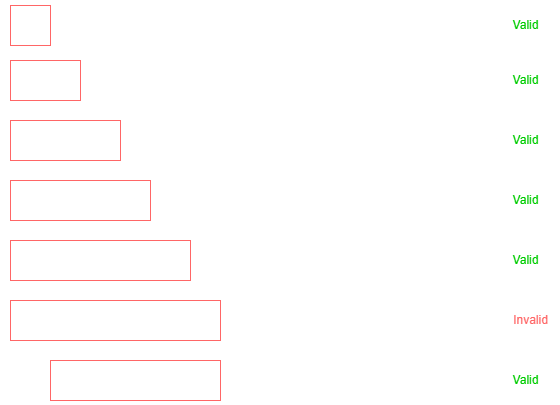
This is Neetcode150/img/LongestRepeatingCharacters.png from ashiven/leetcode-solutions, a draw.io export, as it was before one commit. Source tidied: cells renumbered, new cells last; positions are measured from the earlier drawing's top-left corner, leaving out a move shared by most shapes.
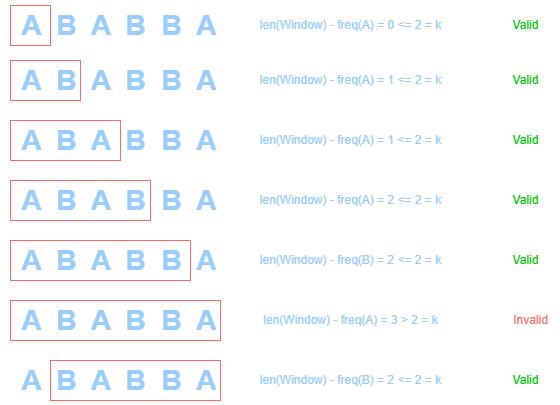
After the change.

What changed in the source:
```diff
@@ -2,16 +2,16 @@
   <root>
     <mxCell id="0" />
     <mxCell id="1" parent="0" />
-    <mxCell id="2" value="&lt;b&gt;&lt;font style=&quot;font-size: 28px;&quot;&gt;&amp;nbsp;A&amp;nbsp; B&amp;nbsp; A&amp;nbsp; B&amp;nbsp; B&amp;nbsp; A&lt;/font&gt;&lt;/b&gt;" style="text;html=1;align=center;verticalAlign=middle;strokeColor=none;fillColor=none;fontColor=#FFFFFF;" parent="1" vertex="1">
+    <mxCell id="2" value="&lt;b&gt;&lt;font style=&quot;font-size: 28px;&quot;&gt;&amp;nbsp;A&amp;nbsp; B&amp;nbsp; A&amp;nbsp; B&amp;nbsp; B&amp;nbsp; A&lt;/font&gt;&lt;/b&gt;" style="text;html=1;align=center;verticalAlign=middle;strokeColor=none;fillColor=none;fontColor=#99CCFF;" parent="1" vertex="1">
       <mxGeometry width="230" height="50" as="geometry" />
     </mxCell>
-    <mxCell id="3" style="whiteSpace=wrap;html=1;fillColor=none;strokeColor=#FF6666;fontColor=#FFFFFF;" parent="1" vertex="1">
+    <mxCell id="3" style="whiteSpace=wrap;html=1;fillColor=none;strokeColor=#FF6666;fontColor=#99CCFF;" parent="1" vertex="1">
       <mxGeometry x="10" y="5" width="40" height="40" as="geometry" />
     </mxCell>
-    <mxCell id="4" value="&lt;font&gt;len(Window) - freq(A) = 0 &amp;lt;= 2 = k&lt;/font&gt;" style="text;html=1;align=center;verticalAlign=middle;strokeColor=none;fillColor=none;fontColor=#FFFFFF;" parent="1" vertex="1">
+    <mxCell id="4" value="&lt;font&gt;len(Window) - freq(A) = 0 &amp;lt;= 2 = k&lt;/font&gt;" style="text;html=1;align=center;verticalAlign=middle;strokeColor=none;fillColor=none;fontColor=#99CCFF;" parent="1" vertex="1">
       <mxGeometry x="250" y="10" width="200" height="30" as="geometry" />
     </mxCell>
-    <mxCell id="5" style="endArrow=classic;html=1;rounded=0;strokeColor=#FFFFFF;fontColor=#FFFFFF;" parent="1" edge="1">
+    <mxCell id="5" style="endArrow=classic;html=1;rounded=0;strokeColor=#FFFFFF;fontColor=#99CCFF;" parent="1" edge="1">
       <mxGeometry relative="1" as="geometry">
         <mxPoint x="470" y="24.7" as="sourcePoint" />
         <mxPoint x="500" y="24.7" as="targetPoint" />
@@ -20,16 +20,16 @@
     <mxCell id="6" value="&lt;font color=&quot;#00cc00&quot;&gt;Valid&lt;/font&gt;" style="text;html=1;align=center;verticalAlign=middle;strokeColor=none;fillColor=none;" parent="1" vertex="1">
       <mxGeometry x="500" y="10" width="50" height="30" as="geometry" />
     </mxCell>
-    <mxCell id="7" value="&lt;b&gt;&lt;font style=&quot;font-size: 28px;&quot;&gt;&amp;nbsp;A&amp;nbsp; B&amp;nbsp; A&amp;nbsp; B&amp;nbsp; B&amp;nbsp; A&lt;/font&gt;&lt;/b&gt;" style="text;html=1;align=center;verticalAlign=middle;strokeColor=none;fillColor=none;fontColor=#FFFFFF;" parent="1" vertex="1">
+    <mxCell id="7" value="&lt;b&gt;&lt;font style=&quot;font-size: 28px;&quot;&gt;&amp;nbsp;A&amp;nbsp; B&amp;nbsp; A&amp;nbsp; B&amp;nbsp; B&amp;nbsp; A&lt;/font&gt;&lt;/b&gt;" style="text;html=1;align=center;verticalAlign=middle;strokeColor=none;fillColor=none;fontColor=#99CCFF;" parent="1" vertex="1">
       <mxGeometry y="55" width="230" height="50" as="geometry" />
     </mxCell>
-    <mxCell id="8" style="rounded=0;whiteSpace=wrap;html=1;fillColor=none;strokeColor=#FF6666;fontColor=#FFFFFF;" parent="1" vertex="1">
+    <mxCell id="8" style="rounded=0;whiteSpace=wrap;html=1;fillColor=none;strokeColor=#FF6666;fontColor=#99CCFF;" parent="1" vertex="1">
       <mxGeometry x="10" y="60" width="70" height="40" as="geometry" />
     </mxCell>
-    <mxCell id="9" value="&lt;font&gt;len(Window) - freq(A) = 1 &amp;lt;= 2 = k&lt;/font&gt;" style="text;html=1;align=center;verticalAlign=middle;strokeColor=none;fillColor=none;fontColor=#FFFFFF;" parent="1" vertex="1">
+    <mxCell id="9" value="&lt;font&gt;len(Window) - freq(A) = 1 &amp;lt;= 2 = k&lt;/font&gt;" style="text;html=1;align=center;verticalAlign=middle;strokeColor=none;fillColor=none;fontColor=#99CCFF;" parent="1" vertex="1">
       <mxGeometry x="250" y="65" width="200" height="30" as="geometry" />
     </mxCell>
-    <mxCell id="10" style="endArrow=classic;html=1;rounded=0;strokeColor=#FFFFFF;fontColor=#FFFFFF;" parent="1" edge="1">
+    <mxCell id="10" style="endArrow=classic;html=1;rounded=0;strokeColor=#FFFFFF;fontColor=#99CCFF;" parent="1" edge="1">
       <mxGeometry relative="1" as="geometry">
         <mxPoint x="470" y="79.7" as="sourcePoint" />
         <mxPoint x="500" y="79.7" as="targetPoint" />
@@ -38,16 +38,16 @@
     <mxCell id="11" value="&lt;font color=&quot;#00cc00&quot;&gt;Valid&lt;/font&gt;" style="text;html=1;align=center;verticalAlign=middle;strokeColor=none;fillColor=none;" parent="1" vertex="1">
       <mxGeometry x="500" y="65" width="50" height="30" as="geometry" />
     </mxCell>
-    <mxCell id="12" value="&lt;b&gt;&lt;font style=&quot;font-size: 28px;&quot;&gt;&amp;nbsp;A&amp;nbsp; B&amp;nbsp; A&amp;nbsp; B&amp;nbsp; B&amp;nbsp; A&lt;/font&gt;&lt;/b&gt;" style="text;html=1;align=center;verticalAlign=middle;strokeColor=none;fillColor=none;fontColor=#FFFFFF;" parent="1" vertex="1">
+    <mxCell id="12" value="&lt;b&gt;&lt;font style=&quot;font-size: 28px;&quot;&gt;&amp;nbsp;A&amp;nbsp; B&amp;nbsp; A&amp;nbsp; B&amp;nbsp; B&amp;nbsp; A&lt;/font&gt;&lt;/b&gt;" style="text;html=1;align=center;verticalAlign=middle;strokeColor=none;fillColor=none;fontColor=#99CCFF;" parent="1" vertex="1">
       <mxGeometry y="115" width="230" height="50" as="geometry" />
     </mxCell>
-    <mxCell id="13" style="rounded=0;whiteSpace=wrap;html=1;fillColor=none;strokeColor=#FF6666;fontColor=#FFFFFF;" parent="1" vertex="1">
+    <mxCell id="13" style="rounded=0;whiteSpace=wrap;html=1;fillColor=none;strokeColor=#FF6666;fontColor=#99CCFF;" parent="1" vertex="1">
       <mxGeometry x="10" y="120" width="110" height="40" as="geometry" />
     </mxCell>
-    <mxCell id="14" value="&lt;font&gt;len(Window) - freq(A) = 1 &amp;lt;= 2 = k&lt;/font&gt;" style="text;html=1;align=center;verticalAlign=middle;strokeColor=none;fillColor=none;fontColor=#FFFFFF;" parent="1" vertex="1">
+    <mxCell id="14" value="&lt;font&gt;len(Window) - freq(A) = 1 &amp;lt;= 2 = k&lt;/font&gt;" style="text;html=1;align=center;verticalAlign=middle;strokeColor=none;fillColor=none;fontColor=#99CCFF;" parent="1" vertex="1">
       <mxGeometry x="250" y="125" width="200" height="30" as="geometry" />
     </mxCell>
-    <mxCell id="15" style="endArrow=classic;html=1;rounded=0;strokeColor=#FFFFFF;fontColor=#FFFFFF;" parent="1" edge="1">
+    <mxCell id="15" style="endArrow=classic;html=1;rounded=0;strokeColor=#FFFFFF;fontColor=#99CCFF;" parent="1" edge="1">
       <mxGeometry relative="1" as="geometry">
         <mxPoint x="470" y="139.7" as="sourcePoint" />
         <mxPoint x="500" y="139.7" as="targetPoint" />
@@ -56,16 +56,16 @@
     <mxCell id="16" value="&lt;font color=&quot;#00cc00&quot;&gt;Valid&lt;/font&gt;" style="text;html=1;align=center;verticalAlign=middle;strokeColor=none;fillColor=none;" parent="1" vertex="1">
       <mxGeometry x="500" y="125" width="50" height="30" as="geometry" />
     </mxCell>
-    <mxCell id="17" value="&lt;b&gt;&lt;font style=&quot;font-size: 28px;&quot;&gt;&amp;nbsp;A&amp;nbsp; B&amp;nbsp; A&amp;nbsp; B&amp;nbsp; B&amp;nbsp; A&lt;/font&gt;&lt;/b&gt;" style="text;html=1;align=center;verticalAlign=middle;strokeColor=none;fillColor=none;fontColor=#FFFFFF;" parent="1" vertex="1">
+    <mxCell id="17" value="&lt;b&gt;&lt;font style=&quot;font-size: 28px;&quot;&gt;&amp;nbsp;A&amp;nbsp; B&amp;nbsp; A&amp;nbsp; B&amp;nbsp; B&amp;nbsp; A&lt;/font&gt;&lt;/b&gt;" style="text;html=1;align=center;verticalAlign=middle;strokeColor=none;fillColor=none;fontColor=#99CCFF;" parent="1" vertex="1">
       <mxGeometry y="175" width="230" height="50" as="geometry" />
     </mxCell>
-    <mxCell id="18" style="rounded=0;whiteSpace=wrap;html=1;fillColor=none;strokeColor=#FF6666;fontColor=#FFFFFF;" parent="1" vertex="1">
+    <mxCell id="18" style="rounded=0;whiteSpace=wrap;html=1;fillColor=none;strokeColor=#FF6666;fontColor=#99CCFF;" parent="1" vertex="1">
       <mxGeometry x="10" y="180" width="140" height="40" as="geometry" />
     </mxCell>
-    <mxCell id="19" value="&lt;font&gt;len(Window) - freq(A) = 2 &amp;lt;= 2 = k&lt;/font&gt;" style="text;html=1;align=center;verticalAlign=middle;strokeColor=none;fillColor=none;fontColor=#FFFFFF;" parent="1" vertex="1">
+    <mxCell id="19" value="&lt;font&gt;len(Window) - freq(A) = 2 &amp;lt;= 2 = k&lt;/font&gt;" style="text;html=1;align=center;verticalAlign=middle;strokeColor=none;fillColor=none;fontColor=#99CCFF;" parent="1" vertex="1">
       <mxGeometry x="250" y="185" width="200" height="30" as="geometry" />
     </mxCell>
-    <mxCell id="20" style="endArrow=classic;html=1;rounded=0;strokeColor=#FFFFFF;fontColor=#FFFFFF;" parent="1" edge="1">
+    <mxCell id="20" style="endArrow=classic;html=1;rounded=0;strokeColor=#FFFFFF;fontColor=#99CCFF;" parent="1" edge="1">
       <mxGeometry relative="1" as="geometry">
         <mxPoint x="470" y="199.7" as="sourcePoint" />
         <mxPoint x="500" y="199.7" as="targetPoint" />
@@ -74,16 +74,16 @@
     <mxCell id="21" value="&lt;font color=&quot;#00cc00&quot;&gt;Valid&lt;/font&gt;" style="text;html=1;align=center;verticalAlign=middle;strokeColor=none;fillColor=none;" parent="1" vertex="1">
       <mxGeometry x="500" y="185" width="50" height="30" as="geometry" />
     </mxCell>
-    <mxCell id="22" value="&lt;b&gt;&lt;font style=&quot;font-size: 28px;&quot;&gt;&amp;nbsp;A&amp;nbsp; B&amp;nbsp; A&amp;nbsp; B&amp;nbsp; B&amp;nbsp; A&lt;/font&gt;&lt;/b&gt;" style="text;html=1;align=center;verticalAlign=middle;strokeColor=none;fillColor=none;fontColor=#FFFFFF;" parent="1" vertex="1">
+    <mxCell id="22" value="&lt;b&gt;&lt;font style=&quot;font-size: 28px;&quot;&gt;&amp;nbsp;A&amp;nbsp; B&amp;nbsp; A&amp;nbsp; B&amp;nbsp; B&amp;nbsp; A&lt;/font&gt;&lt;/b&gt;" style="text;html=1;align=center;verticalAlign=middle;strokeColor=none;fillColor=none;fontColor=#99CCFF;" parent="1" vertex="1">
       <mxGeometry y="235" width="230" height="50" as="geometry" />
     </mxCell>
-    <mxCell id="23" style="rounded=0;whiteSpace=wrap;html=1;fillColor=none;strokeColor=#FF6666;fontColor=#FFFFFF;" parent="1" vertex="1">
+    <mxCell id="23" style="rounded=0;whiteSpace=wrap;html=1;fillColor=none;strokeColor=#FF6666;fontColor=#99CCFF;" parent="1" vertex="1">
       <mxGeometry x="10" y="240" width="180" height="40" as="geometry" />
     </mxCell>
-    <mxCell id="24" value="&lt;font&gt;len(Window) - freq(B) = 2 &amp;lt;= 2 = k&lt;/font&gt;" style="text;html=1;align=center;verticalAlign=middle;strokeColor=none;fillColor=none;fontColor=#FFFFFF;" parent="1" vertex="1">
+    <mxCell id="24" value="&lt;font&gt;len(Window) - freq(B) = 2 &amp;lt;= 2 = k&lt;/font&gt;" style="text;html=1;align=center;verticalAlign=middle;strokeColor=none;fillColor=none;fontColor=#99CCFF;" parent="1" vertex="1">
       <mxGeometry x="250" y="245" width="200" height="30" as="geometry" />
     </mxCell>
-    <mxCell id="25" style="endArrow=classic;html=1;rounded=0;strokeColor=#FFFFFF;fontColor=#FFFFFF;" parent="1" edge="1">
+    <mxCell id="25" style="endArrow=classic;html=1;rounded=0;strokeColor=#FFFFFF;fontColor=#99CCFF;" parent="1" edge="1">
       <mxGeometry relative="1" as="geometry">
         <mxPoint x="470" y="259.7" as="sourcePoint" />
         <mxPoint x="500" y="259.7" as="targetPoint" />
@@ -92,16 +92,16 @@
     <mxCell id="26" value="&lt;font color=&quot;#00cc00&quot;&gt;Valid&lt;/font&gt;" style="text;html=1;align=center;verticalAlign=middle;strokeColor=none;fillColor=none;" parent="1" vertex="1">
       <mxGeometry x="500" y="245" width="50" height="30" as="geometry" />
     </mxCell>
-    <mxCell id="27" value="&lt;b&gt;&lt;font style=&quot;font-size: 28px;&quot;&gt;&amp;nbsp;A&amp;nbsp; B&amp;nbsp; A&amp;nbsp; B&amp;nbsp; B&amp;nbsp; A&lt;/font&gt;&lt;/b&gt;" style="text;html=1;align=center;verticalAlign=middle;strokeColor=none;fillColor=none;fontColor=#FFFFFF;" parent="1" vertex="1">
+    <mxCell id="27" value="&lt;b&gt;&lt;font style=&quot;font-size: 28px;&quot;&gt;&amp;nbsp;A&amp;nbsp; B&amp;nbsp; A&amp;nbsp; B&amp;nbsp; B&amp;nbsp; A&lt;/font&gt;&lt;/b&gt;" style="text;html=1;align=center;verticalAlign=middle;strokeColor=none;fillColor=none;fontColor=#99CCFF;" parent="1" vertex="1">
       <mxGeometry y="295" width="230" height="50" as="geometry" />
     </mxCell>
-    <mxCell id="28" style="rounded=0;whiteSpace=wrap;html=1;fillColor=none;strokeColor=#FF6666;fontColor=#FFFFFF;" parent="1" vertex="1">
+    <mxCell id="28" style="rounded=0;whiteSpace=wrap;html=1;fillColor=none;strokeColor=#FF6666;fontColor=#99CCFF;" parent="1" vertex="1">
       <mxGeometry x="10" y="300" width="210" height="40" as="geometry" />
     </mxCell>
-    <mxCell id="29" value="&lt;font&gt;len(Window) - freq(A) = 3 &amp;gt; 2 = k&lt;/font&gt;" style="text;html=1;align=center;verticalAlign=middle;strokeColor=none;fillColor=none;fontColor=#FFFFFF;" parent="1" vertex="1">
+    <mxCell id="29" value="&lt;font&gt;len(Window) - freq(A) = 3 &amp;gt; 2 = k&lt;/font&gt;" style="text;html=1;align=center;verticalAlign=middle;strokeColor=none;fillColor=none;fontColor=#99CCFF;" parent="1" vertex="1">
       <mxGeometry x="250" y="305" width="200" height="30" as="geometry" />
     </mxCell>
-    <mxCell id="30" style="endArrow=classic;html=1;rounded=0;strokeColor=#FFFFFF;fontColor=#FFFFFF;" parent="1" edge="1">
+    <mxCell id="30" style="endArrow=classic;html=1;rounded=0;strokeColor=#FFFFFF;fontColor=#99CCFF;" parent="1" edge="1">
       <mxGeometry relative="1" as="geometry">
         <mxPoint x="470" y="319.7" as="sourcePoint" />
         <mxPoint x="500" y="319.7" as="targetPoint" />
@@ -110,16 +110,16 @@
     <mxCell id="31" value="&lt;font color=&quot;#ff6666&quot;&gt;Invalid&lt;/font&gt;" style="text;html=1;align=center;verticalAlign=middle;strokeColor=none;fillColor=none;" parent="1" vertex="1">
       <mxGeometry x="500" y="305" width="60" height="30" as="geometry" />
     </mxCell>
-    <mxCell id="32" value="&lt;b&gt;&lt;font style=&quot;font-size: 28px;&quot;&gt;&amp;nbsp;A&amp;nbsp; B&amp;nbsp; A&amp;nbsp; B&amp;nbsp; B&amp;nbsp; A&lt;/font&gt;&lt;/b&gt;" style="text;html=1;align=center;verticalAlign=middle;strokeColor=none;fillColor=none;fontColor=#FFFFFF;" parent="1" vertex="1">
+    <mxCell id="32" value="&lt;b&gt;&lt;font style=&quot;font-size: 28px;&quot;&gt;&amp;nbsp;A&amp;nbsp; B&amp;nbsp; A&amp;nbsp; B&amp;nbsp; B&amp;nbsp; A&lt;/font&gt;&lt;/b&gt;" style="text;html=1;align=center;verticalAlign=middle;strokeColor=none;fillColor=none;fontColor=#99CCFF;" parent="1" vertex="1">
       <mxGeometry y="355" width="230" height="50" as="geometry" />
     </mxCell>
-    <mxCell id="33" style="rounded=0;whiteSpace=wrap;html=1;fillColor=none;strokeColor=#FF6666;fontColor=#FFFFFF;" parent="1" vertex="1">
+    <mxCell id="33" style="rounded=0;whiteSpace=wrap;html=1;fillColor=none;strokeColor=#FF6666;fontColor=#99CCFF;" parent="1" vertex="1">
       <mxGeometry x="50" y="360" width="170" height="40" as="geometry" />
     </mxCell>
-    <mxCell id="34" value="&lt;font&gt;len(Window) - freq(B) = 2 &amp;lt;= 2 = k&lt;/font&gt;" style="text;html=1;align=center;verticalAlign=middle;strokeColor=none;fillColor=none;fontColor=#FFFFFF;" parent="1" vertex="1">
+    <mxCell id="34" value="&lt;font&gt;len(Window) - freq(B) = 2 &amp;lt;= 2 = k&lt;/font&gt;" style="text;html=1;align=center;verticalAlign=middle;strokeColor=none;fillColor=none;fontColor=#99CCFF;" parent="1" vertex="1">
       <mxGeometry x="250" y="365" width="200" height="30" as="geometry" />
     </mxCell>
-    <mxCell id="35" style="endArrow=classic;html=1;rounded=0;strokeColor=#FFFFFF;fontColor=#FFFFFF;" parent="1" edge="1">
+    <mxCell id="35" style="endArrow=classic;html=1;rounded=0;strokeColor=#FFFFFF;fontColor=#99CCFF;" parent="1" edge="1">
       <mxGeometry relative="1" as="geometry">
         <mxPoint x="470" y="379.7" as="sourcePoint" />
         <mxPoint x="500" y="379.7" as="targetPoint" />
```
